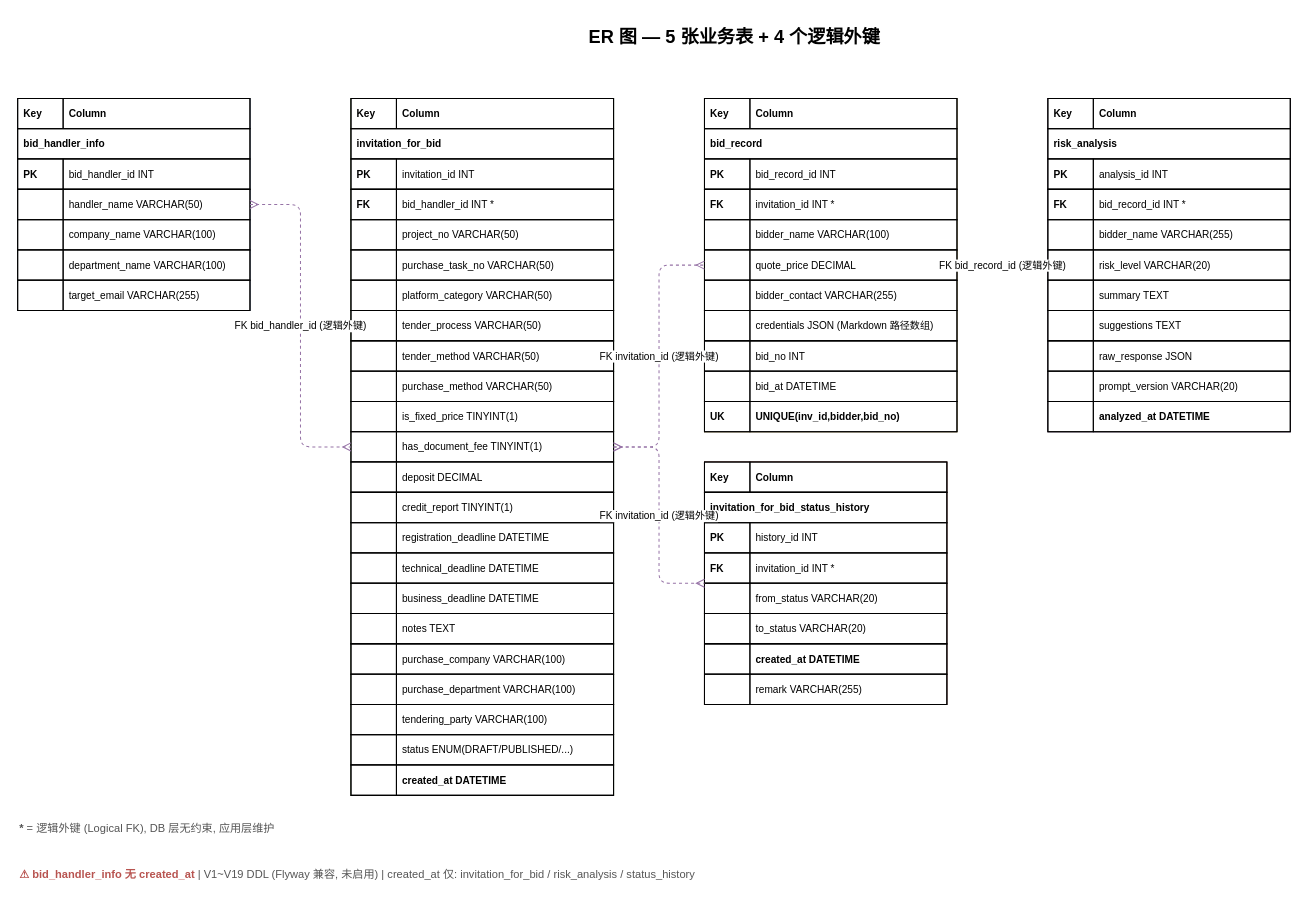
Before: page "6-ER Diagram" (6 of 7) of docs/architecture-diagram.drawio in Jianshi-Lu/smart-bid-platform-be, a draw.io diagram. Source tidied: cells renumbered, new cells numbered last; positions are measured from the earlier drawing's top-left corner, leaving out a move shared by most shapes. Both pictures are drawn from the tidied source at 101%, with x=0, y=0 at pixel (17, 17).
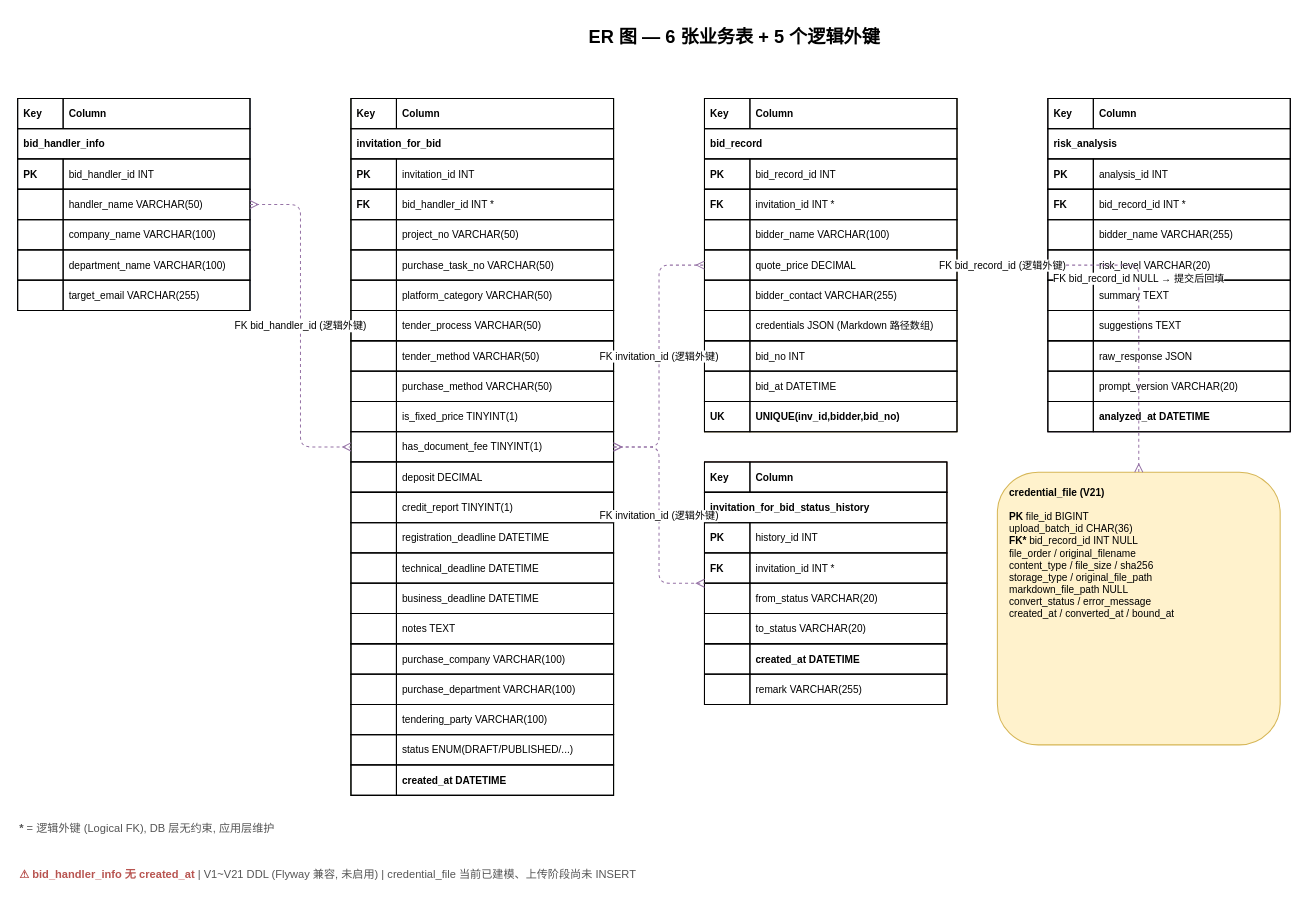
Above is the later version.

Unchanged cells that the change refers to:
```xml
<mxCell id="93" style="shape=table;startSize=0;childLayout=tableLayout;fillColor=#fff2cc;strokeColor=#d6b656;html=1;" parent="1" vertex="1">
  <mxGeometry x="680" y="80" width="250" height="330" as="geometry" />
</mxCell>
```

Change to the diagram source:
```diff
@@
-    <mxCell id="2" value="ER 图 — 5 张业务表 + 4 个逻辑外键" style="text;html=1;strokeColor=none;fillColor=none;align=center;verticalAlign=middle;whiteSpace=wrap;fontSize=18;fontStyle=1;" parent="1" vertex="1">
+    <mxCell id="2" value="ER 图 — 6 张业务表 + 5 个逻辑外键" style="text;html=1;strokeColor=none;fillColor=none;align=center;verticalAlign=middle;whiteSpace=wrap;fontSize=18;fontStyle=1;" parent="1" vertex="1">
       <mxGeometry x="460" width="500" height="40" as="geometry" />
     </mxCell>
@@
+    <mxCell id="189" value="&lt;b&gt;credential_file (V21)&lt;/b&gt;&lt;br&gt;&lt;br&gt;&lt;b&gt;PK&lt;/b&gt; file_id BIGINT&lt;br&gt;upload_batch_id CHAR(36)&lt;br&gt;&lt;b&gt;FK*&lt;/b&gt; bid_record_id INT NULL&lt;br&gt;file_order / original_filename&lt;br&gt;content_type / file_size / sha256&lt;br&gt;storage_type / original_file_path&lt;br&gt;markdown_file_path NULL&lt;br&gt;convert_status / error_message&lt;br&gt;created_at / converted_at / bound_at" style="rounded=1;whiteSpace=wrap;html=1;fillColor=#fff2cc;strokeColor=#d6b656;fontSize=10;align=left;spacingLeft=10;verticalAlign=top;spacingTop=8;" parent="1" vertex="1">
+      <mxGeometry x="970" y="450" width="280" height="270" as="geometry" />
+    </mxCell>
+    <mxCell id="190" value="FK bid_record_id NULL → 提交后回填" style="endArrow=open;html=1;startArrow=ERmany;startFill=0;endArrow=ERmany;endFill=0;edgeStyle=orthogonalEdgeStyle;fontSize=10;strokeColor=#9673a6;dashed=1;rounded=1;" parent="1" edge="1" source="93" target="189">
+      <mxGeometry relative="1" as="geometry" />
+    </mxCell>
@@
-    <mxCell id="188" value="&lt;font color=&quot;#b85450&quot;&gt;&lt;b&gt;⚠ bid_handler_info 无 created_at&lt;/b&gt;&lt;/font&gt;  |  V1~V19 DDL (Flyway 兼容, 未启用)  |  created_at 仅: invitation_for_bid / risk_analysis / status_history" style="text;html=1;strokeColor=none;fillColor=none;align=left;fontSize=11;verticalAlign=top;fontColor=#555;" parent="1" vertex="1">
+    <mxCell id="188" value="&lt;font color=&quot;#b85450&quot;&gt;&lt;b&gt;⚠ bid_handler_info 无 created_at&lt;/b&gt;&lt;/font&gt;  |  V1~V21 DDL (Flyway 兼容, 未启用)  |  credential_file 当前已建模、上传阶段尚未 INSERT" style="text;html=1;strokeColor=none;fillColor=none;align=left;fontSize=11;verticalAlign=top;fontColor=#555;" parent="1" vertex="1">
       <mxGeometry y="835" width="900" height="40" as="geometry" />
     </mxCell>
```
